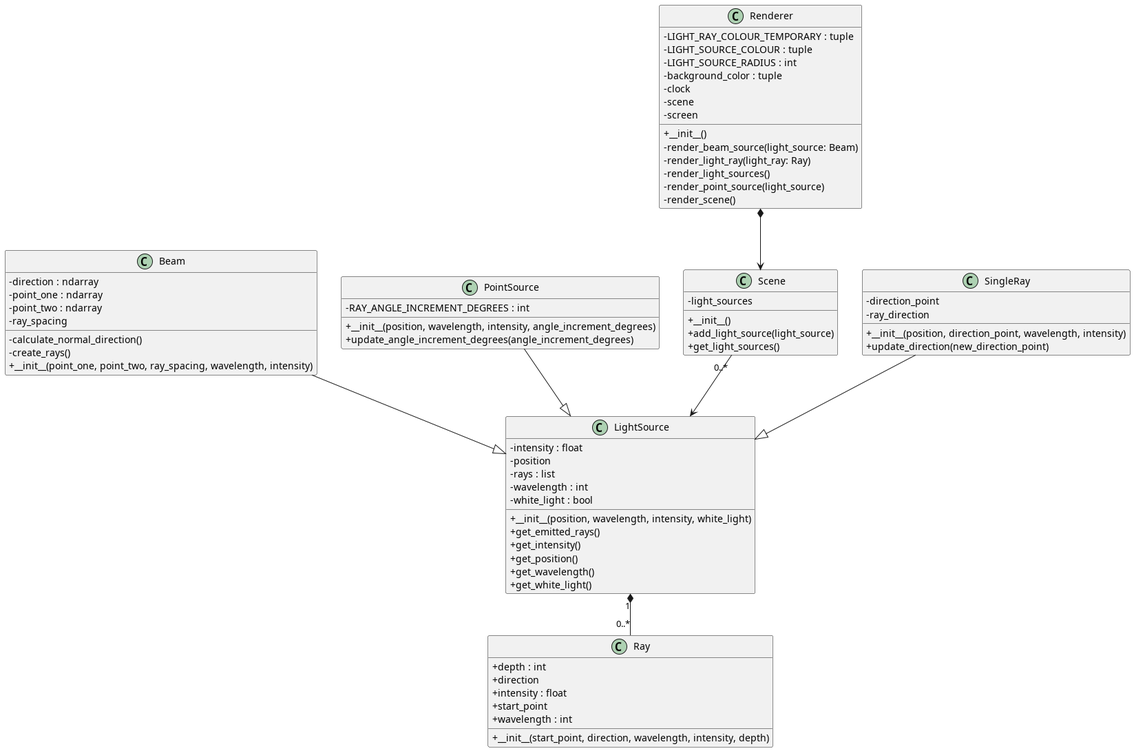
Earlier version of the PlantUML export out/uml/classes_Optics/classes_Optics.png (shouryaeaga/Computing-NEA-Optics-Simulator). The source it was exported from:
```plantuml
@startuml classes_Optics
skinparam classAttributeIconSize 0
set namespaceSeparator none
class "Beam" as src.objects.light_sources.Beam.Beam {
  -direction : ndarray
  -point_one : ndarray
  -point_two : ndarray
  -ray_spacing
  -calculate_normal_direction()
  -create_rays()
  +__init__(point_one, point_two, ray_spacing, wavelength, intensity)
}
class "LightSource" as src.objects.light_sources.Base.LightSource {
  -intensity : float
  -position
  -rays : list
  -wavelength : int
  -white_light : bool
  +__init__(position, wavelength, intensity, white_light)
  +get_emitted_rays()
  +get_intensity()
  +get_position()
  +get_wavelength()
  +get_white_light()
}
class "PointSource" as src.objects.light_sources.PointSource.PointSource {
  -RAY_ANGLE_INCREMENT_DEGREES : int
  +__init__(position, wavelength, intensity, angle_increment_degrees)
  +update_angle_increment_degrees(angle_increment_degrees)
}
class "Ray" as src.core.ray.Ray {
  +depth : int
  +direction
  +intensity : float
  +start_point
  +wavelength : int
  +__init__(start_point, direction, wavelength, intensity, depth)
}
class "Renderer" as src.GUI.renderer.Renderer {
  -LIGHT_RAY_COLOUR_TEMPORARY : tuple
  -LIGHT_SOURCE_COLOUR : tuple
  -LIGHT_SOURCE_RADIUS : int
  -background_color : tuple
  -clock
  -scene
  -screen
  +__init__()
  -render_beam_source(light_source: Beam)
  -render_light_ray(light_ray: Ray)
  -render_light_sources()
  -render_point_source(light_source)
  -render_scene()
}
class "Scene" as src.GUI.scene.Scene {
  -light_sources
  +__init__()
  +add_light_source(light_source)
  +get_light_sources()
}
class "SingleRay" as src.objects.light_sources.SingleRay.SingleRay {
  -direction_point
  -ray_direction
  +__init__(position, direction_point, wavelength, intensity)
  +update_direction(new_direction_point)
}
src.objects.light_sources.Beam.Beam --|> src.objects.light_sources.Base.LightSource
src.objects.light_sources.PointSource.PointSource --|> src.objects.light_sources.Base.LightSource
src.objects.light_sources.SingleRay.SingleRay --|> src.objects.light_sources.Base.LightSource
src.objects.light_sources.Base.LightSource "1" *-- "0..*" src.core.ray.Ray

src.GUI.renderer.Renderer *--> src.GUI.scene.Scene

src.GUI.scene.Scene "0..*" --> src.objects.light_sources.Base.LightSource
@enduml
```
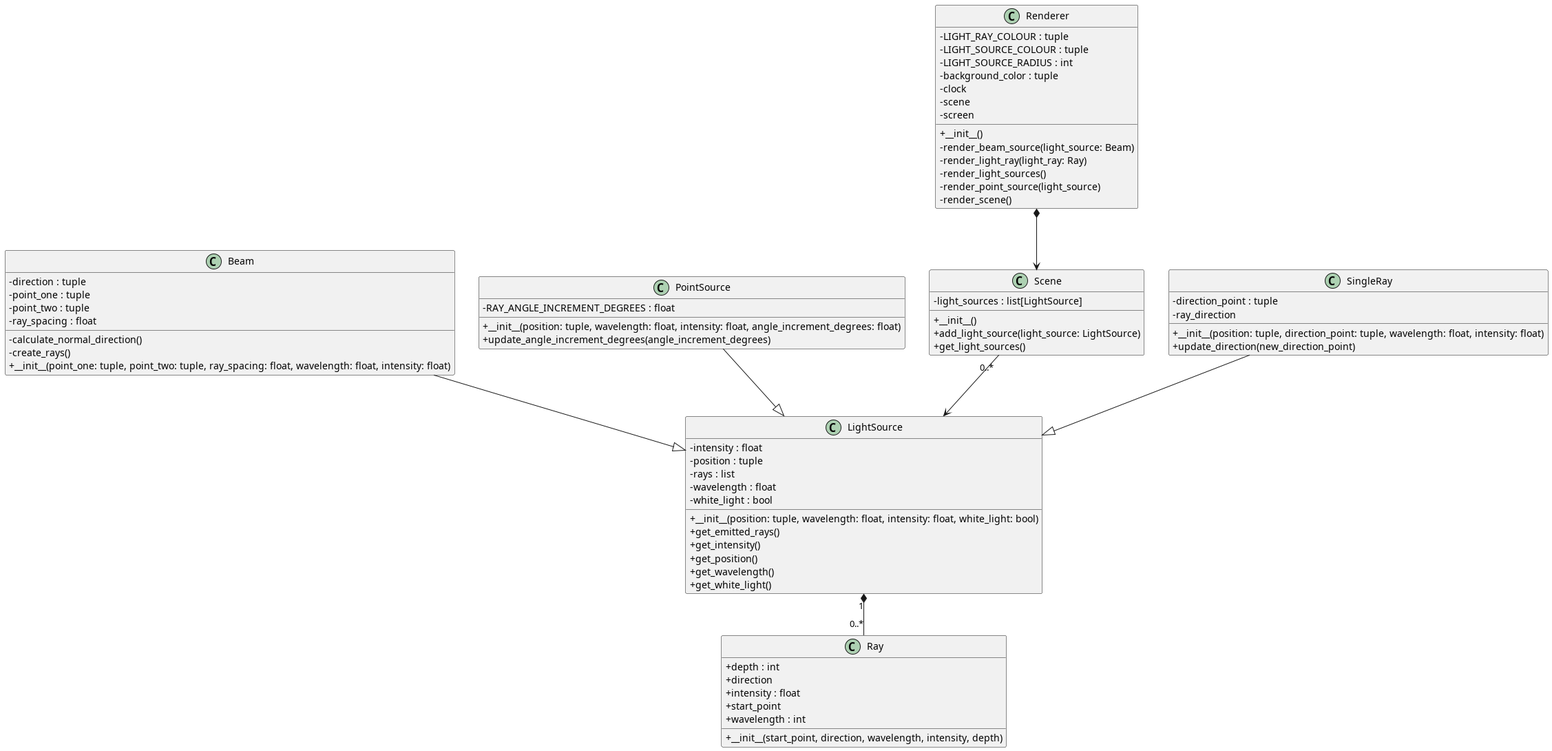
Above is the later version.

The edit, as a diff of the source:
```diff
@@ -2,21 +2,21 @@
 skinparam classAttributeIconSize 0
 set namespaceSeparator none
 class "Beam" as src.objects.light_sources.Beam.Beam {
-  -direction : ndarray
-  -point_one : ndarray
-  -point_two : ndarray
-  -ray_spacing
+  -direction : tuple
+  -point_one : tuple
+  -point_two : tuple
+  -ray_spacing : float
   -calculate_normal_direction()
   -create_rays()
-  +__init__(point_one, point_two, ray_spacing, wavelength, intensity)
+  +__init__(point_one: tuple, point_two: tuple, ray_spacing: float, wavelength: float, intensity: float)
 }
 class "LightSource" as src.objects.light_sources.Base.LightSource {
   -intensity : float
-  -position
+  -position : tuple
   -rays : list
-  -wavelength : int
+  -wavelength : float
   -white_light : bool
-  +__init__(position, wavelength, intensity, white_light)
+  +__init__(position: tuple, wavelength: float, intensity: float, white_light: bool)
   +get_emitted_rays()
   +get_intensity()
   +get_position()
@@ -24,8 +24,8 @@
   +get_white_light()
 }
 class "PointSource" as src.objects.light_sources.PointSource.PointSource {
-  -RAY_ANGLE_INCREMENT_DEGREES : int
-  +__init__(position, wavelength, intensity, angle_increment_degrees)
+  -RAY_ANGLE_INCREMENT_DEGREES : float
+  +__init__(position: tuple, wavelength: float, intensity: float, angle_increment_degrees: float)
   +update_angle_increment_degrees(angle_increment_degrees)
 }
 class "Ray" as src.core.ray.Ray {
@@ -37,7 +37,7 @@
   +__init__(start_point, direction, wavelength, intensity, depth)
 }
 class "Renderer" as src.GUI.renderer.Renderer {
-  -LIGHT_RAY_COLOUR_TEMPORARY : tuple
+  -LIGHT_RAY_COLOUR : tuple
   -LIGHT_SOURCE_COLOUR : tuple
   -LIGHT_SOURCE_RADIUS : int
   -background_color : tuple
@@ -52,15 +52,15 @@
   -render_scene()
 }
 class "Scene" as src.GUI.scene.Scene {
-  -light_sources
+  -light_sources : list[LightSource]
   +__init__()
-  +add_light_source(light_source)
+  +add_light_source(light_source: LightSource)
   +get_light_sources()
 }
 class "SingleRay" as src.objects.light_sources.SingleRay.SingleRay {
-  -direction_point
+  -direction_point : tuple
   -ray_direction
-  +__init__(position, direction_point, wavelength, intensity)
+  +__init__(position: tuple, direction_point: tuple, wavelength: float, intensity: float)
   +update_direction(new_direction_point)
 }
 src.objects.light_sources.Beam.Beam --|> src.objects.light_sources.Base.LightSource
```
